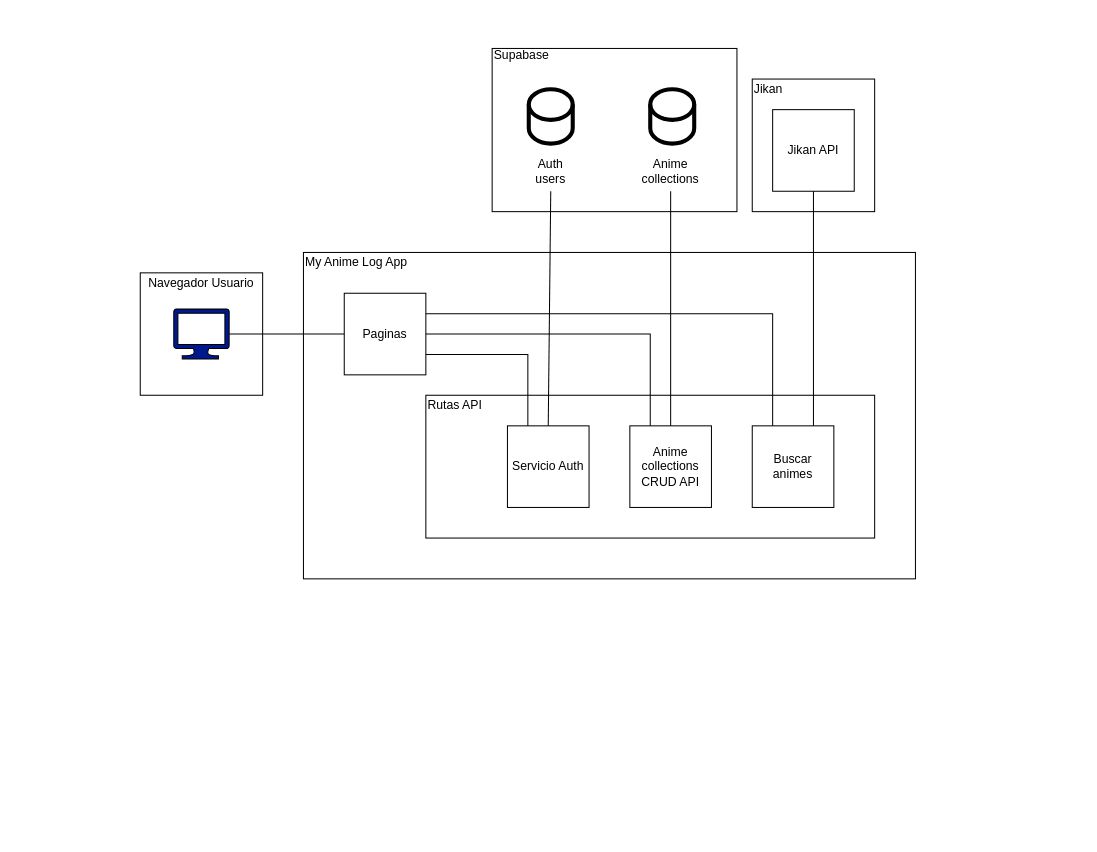
This is docs/architecture diagram/Architecture diagram.drawio from avtr-inanca/APLICACION-WEB-SPA-NEXTJS, a draw.io file, before an edit. Source tidied: cells renumbered, new cells numbered last; positions are measured from the earlier drawing's top-left corner, leaving out a move shared by most shapes. Both pictures are drawn from the tidied source at 102%, with x=0, y=0 at pixel (140, 48).
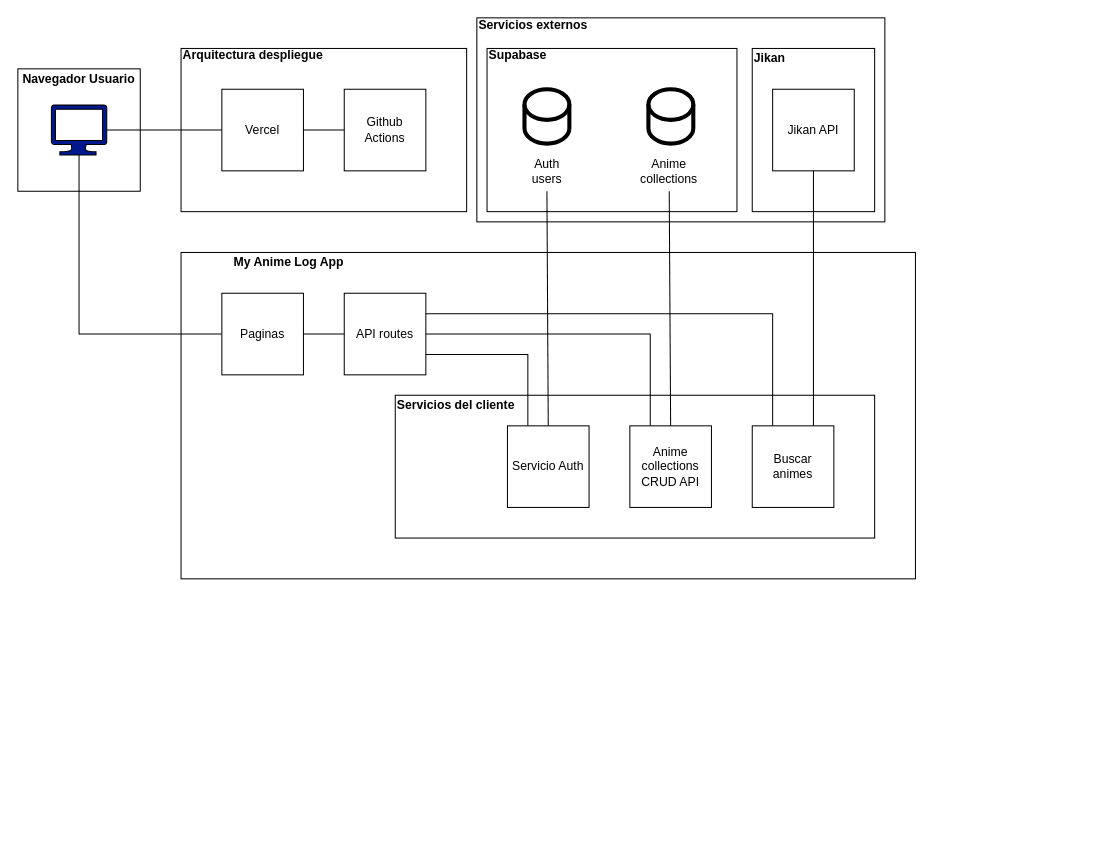
After the change.

Commit message (it also covers changes not shown here):
architecture diagram updated

Unchanged cells that the change refers to:
```xml
<mxCell id="14" style="sketch=0;shadow=0;dashed=0;html=1;strokeColor=default;labelPosition=center;verticalLabelPosition=bottom;verticalAlign=top;align=center;fillColor=light-dark(#00188D,#FFFFFF);shape=mxgraph.azure.computer;strokeWidth=1;" parent="11" vertex="1">
  <mxGeometry x="32.8" y="35.5" width="54.4" height="48.9" as="geometry" />
</mxCell>
<mxCell id="15" style="group;fillColor=none;" parent="1" vertex="1">
  <mxGeometry x="160" y="200" width="610" height="570" as="geometry" />
</mxCell>
```

Diff of the diagram source:
```diff
@@
+    <mxCell id="36" style="rounded=0;whiteSpace=wrap;html=1;fillColor=light-dark(#FFFFFF,#003366);" parent="1" vertex="1">
+      <mxGeometry x="330" y="-30" width="400" height="200" as="geometry" />
+    </mxCell>
-    <mxCell id="2" style="group;fillColor=default;" parent="1" vertex="1">
-      <mxGeometry x="345" width="240" height="160" as="geometry" />
+    <mxCell id="2" style="group;fillColor=light-dark(#FFFFFF,#331166);" parent="1" vertex="1">
+      <mxGeometry x="340" width="245" height="160" as="geometry" />
     </mxCell>
-    <mxCell id="3" style="rounded=0;whiteSpace=wrap;html=1;fillColor=light-dark(#FFFFFF,#003366);" parent="2" vertex="1">
-      <mxGeometry width="240" height="160" as="geometry" />
+    <mxCell id="3" style="rounded=0;whiteSpace=wrap;html=1;fillColor=light-dark(#FFFFFF,#331166);" parent="2" vertex="1">
+      <mxGeometry width="245" height="160" as="geometry" />
     </mxCell>
-    <mxCell id="4" value="Supabase" style="text;html=1;whiteSpace=wrap;strokeColor=none;fillColor=none;align=left;verticalAlign=middle;rounded=0;" parent="2" vertex="1">
-      <mxGeometry width="230" height="13.3" as="geometry" />
+    <mxCell id="4" value="Supabase" style="text;html=1;whiteSpace=wrap;strokeColor=none;fillColor=none;align=left;verticalAlign=middle;rounded=0;fontStyle=1;" parent="2" vertex="1">
+      <mxGeometry width="234.8" height="13.3" as="geometry" />
     </mxCell>
     <mxCell id="5" style="group;" parent="2" vertex="1">
-      <mxGeometry x="35.9" y="40" width="43.1" height="100" as="geometry" />
+      <mxGeometry x="36.7" y="40" width="44" height="100" as="geometry" />
     </mxCell>
     <mxCell id="6" style="shape=cylinder3;whiteSpace=wrap;html=1;boundedLbl=1;backgroundOutline=1;size=15;fillColor=none;strokeWidth=4;" parent="5" vertex="1">
-      <mxGeometry width="43.1" height="53.3" as="geometry" />
+      <mxGeometry width="44" height="53.3" as="geometry" />
     </mxCell>
     <mxCell id="7" value="Auth users" style="text;whiteSpace=wrap;html=1;align=center;" parent="5" vertex="1">
-      <mxGeometry y="60" width="43.1" height="40" as="geometry" />
+      <mxGeometry y="60" width="44" height="40" as="geometry" />
     </mxCell>
     <mxCell id="8" style="group;" parent="2" vertex="1">
-      <mxGeometry x="155" y="40" width="50" height="100" as="geometry" />
+      <mxGeometry x="158.2" y="40" width="51" height="100" as="geometry" />
     </mxCell>
     <mxCell id="9" style="shape=cylinder3;whiteSpace=wrap;html=1;boundedLbl=1;backgroundOutline=1;size=15;fillColor=none;strokeWidth=4;" parent="8" vertex="1">
-      <mxGeometry width="43.1" height="53.3" as="geometry" />
+      <mxGeometry width="44" height="53.3" as="geometry" />
     </mxCell>
     <mxCell id="10" value="Anime collections" style="text;whiteSpace=wrap;html=1;align=center;" parent="8" vertex="1">
-      <mxGeometry x="-10" y="60" width="60" height="40" as="geometry" />
+      <mxGeometry x="-10.2" y="60" width="61.2" height="40" as="geometry" />
     </mxCell>
     <mxCell id="11" style="group;" parent="1" vertex="1">
-      <mxGeometry y="220" width="130" height="120" as="geometry" />
+      <mxGeometry x="-120" y="20" width="130" height="120" as="geometry" />
     </mxCell>
@@
-    <mxCell id="13" value="&lt;div&gt;Navegador Usuario&lt;/div&gt;" style="text;html=1;whiteSpace=wrap;strokeColor=none;fillColor=none;align=center;verticalAlign=middle;rounded=0;" parent="11" vertex="1">
+    <mxCell id="13" value="&lt;div&gt;&lt;b&gt;Navegador Usuario&lt;/b&gt;&lt;/div&gt;" style="text;html=1;whiteSpace=wrap;strokeColor=none;fillColor=none;align=center;verticalAlign=middle;rounded=0;" parent="11" vertex="1">
       <mxGeometry width="120" height="20" as="geometry" />
     </mxCell>
@@
     <mxCell id="16" style="rounded=0;whiteSpace=wrap;html=1;fillStyle=solid;fillColor=light-dark(#FFFFFF,#660000);" parent="15" vertex="1">
-      <mxGeometry width="600" height="320" as="geometry" />
+      <mxGeometry x="-120" width="720" height="320" as="geometry" />
     </mxCell>
-    <mxCell id="17" value="&lt;div align=&quot;left&quot;&gt;My Anime Log App&lt;/div&gt;" style="text;html=1;whiteSpace=wrap;strokeColor=none;fillColor=none;align=left;verticalAlign=middle;rounded=0;" parent="15" vertex="1">
-      <mxGeometry width="320" height="20" as="geometry" />
-    </mxCell>
-    <mxCell id="18" value="Paginas" style="whiteSpace=wrap;html=1;" parent="15" vertex="1">
-      <mxGeometry x="40" y="40" width="80" height="80" as="geometry" />
-    </mxCell>
-    <mxCell id="19" style="group;" parent="15" vertex="1">
-      <mxGeometry x="40" y="130" width="520" height="420" as="geometry" />
-    </mxCell>
+    <mxCell id="37" style="group;" parent="15" vertex="1">
+      <mxGeometry x="-160" y="140" width="720" height="140" as="geometry" />
+    </mxCell>
-    <mxCell id="20" style="rounded=0;whiteSpace=wrap;html=1;fillColor=light-dark(#FFFFFF,#994C00);fillStyle=solid;" parent="19" vertex="1">
-      <mxGeometry x="80" y="10" width="440" height="140" as="geometry" />
+    <mxCell id="20" style="rounded=0;whiteSpace=wrap;html=1;fillColor=light-dark(#FFFFFF,#994C00);fillStyle=solid;" parent="37" vertex="1">
+      <mxGeometry x="250" width="470" height="140" as="geometry" />
     </mxCell>
-    <mxCell id="21" value="Rutas API" style="text;html=1;whiteSpace=wrap;strokeColor=none;fillColor=none;align=left;verticalAlign=middle;rounded=0;" parent="19" vertex="1">
-      <mxGeometry x="80" y="10" width="360" height="20" as="geometry" />
-    </mxCell>
-    <mxCell id="22" value="Servicio Auth" style="whiteSpace=wrap;html=1;" parent="19" vertex="1">
-      <mxGeometry x="160" y="40" width="80" height="80" as="geometry" />
+    <mxCell id="22" value="Servicio Auth" style="whiteSpace=wrap;html=1;" parent="37" vertex="1">
+      <mxGeometry x="360" y="30" width="80" height="80" as="geometry" />
     </mxCell>
-    <mxCell id="23" value="Anime collections&lt;br&gt;CRUD API" style="whiteSpace=wrap;html=1;" parent="19" vertex="1">
-      <mxGeometry x="280" y="40" width="80" height="80" as="geometry" />
+    <mxCell id="23" value="Anime collections&lt;br&gt;CRUD API" style="whiteSpace=wrap;html=1;" parent="37" vertex="1">
+      <mxGeometry x="480" y="30" width="80" height="80" as="geometry" />
     </mxCell>
-    <mxCell id="24" value="Buscar animes" style="whiteSpace=wrap;html=1;" parent="19" vertex="1">
-      <mxGeometry x="400" y="40" width="80" height="80" as="geometry" />
+    <mxCell id="24" value="Buscar animes" style="whiteSpace=wrap;html=1;" parent="37" vertex="1">
+      <mxGeometry x="600" y="30" width="80" height="80" as="geometry" />
     </mxCell>
+    <mxCell id="21" value="&lt;b&gt;Servicios del cliente&lt;/b&gt;" style="text;html=1;whiteSpace=wrap;strokeColor=none;fillColor=none;align=left;verticalAlign=middle;rounded=0;" parent="37" vertex="1">
+      <mxGeometry x="250" width="360" height="20" as="geometry" />
+    </mxCell>
+    <mxCell id="18" value="API routes" style="whiteSpace=wrap;html=1;" parent="15" vertex="1">
+      <mxGeometry x="40" y="40" width="80" height="80" as="geometry" />
+    </mxCell>
@@
-    <mxCell id="27" style="endArrow=none;html=1;rounded=0;entryX=0.25;entryY=0;entryDx=0;entryDy=0;" parent="15" edge="1" target="24">
+    <mxCell id="27" style="endArrow=none;html=1;rounded=0;entryX=0.25;entryY=0;entryDx=0;entryDy=0;exitX=1;exitY=0.25;exitDx=0;exitDy=0;" parent="15" edge="1" source="18" target="24">
       <mxGeometry relative="1" as="geometry">
-        <mxPoint x="120" y="60" as="sourcePoint" />
         <Array as="points">
           <mxPoint x="460" y="60" />
         </Array>
       </mxGeometry>
     </mxCell>
     <mxCell id="28" style="group;" parent="1" vertex="1">
-      <mxGeometry x="600" y="20" width="320" height="240" as="geometry" />
+      <mxGeometry x="600" y="10" width="320" height="240" as="geometry" />
     </mxCell>
-    <mxCell id="29" style="rounded=0;whiteSpace=wrap;html=1;fillColor=light-dark(#FFFFFF,#003366);" parent="28" vertex="1">
-      <mxGeometry y="10" width="120" height="130" as="geometry" />
+    <mxCell id="29" style="rounded=0;whiteSpace=wrap;html=1;fillColor=light-dark(#FFFFFF,#331166);" parent="28" vertex="1">
+      <mxGeometry y="-10" width="120" height="160" as="geometry" />
     </mxCell>
-    <mxCell id="30" value="Jikan" style="text;html=1;whiteSpace=wrap;strokeColor=none;fillColor=none;align=left;verticalAlign=middle;rounded=0;" parent="28" vertex="1">
-      <mxGeometry y="10" width="320" height="20" as="geometry" />
-    </mxCell>
     <mxCell id="31" value="Jikan API" style="whiteSpace=wrap;html=1;" parent="28" vertex="1">
-      <mxGeometry x="20" y="40" width="80" height="80" as="geometry" />
+      <mxGeometry x="20" y="30" width="80" height="80" as="geometry" />
     </mxCell>
-    <mxCell id="32" style="endArrow=none;html=1;rounded=0;entryX=0;entryY=0.5;entryDx=0;entryDy=0;exitX=1;exitY=0.5;exitDx=0;exitDy=0;exitPerimeter=0;" parent="1" edge="1" source="14" target="18">
-      <mxGeometry relative="1" as="geometry" />
+    <mxCell id="32" style="endArrow=none;html=1;rounded=0;entryX=0;entryY=0.5;entryDx=0;entryDy=0;exitX=0.5;exitY=1;exitDx=0;exitDy=0;exitPerimeter=0;" parent="1" edge="1" source="14" target="46">
+      <mxGeometry relative="1" as="geometry">
+        <Array as="points">
+          <mxPoint x="-60" y="280" />
+        </Array>
+      </mxGeometry>
     </mxCell>
@@
+    <mxCell id="38" style="group;fillColor=default;" parent="1" vertex="1">
+      <mxGeometry x="40" width="280" height="160" as="geometry" />
+    </mxCell>
+    <mxCell id="39" style="rounded=0;whiteSpace=wrap;html=1;fillColor=light-dark(#FFFFFF,#535353);" parent="38" vertex="1">
+      <mxGeometry width="280" height="160" as="geometry" />
+    </mxCell>
+    <mxCell id="40" value="Arquitectura despliegue" style="text;html=1;whiteSpace=wrap;strokeColor=none;fillColor=none;align=left;verticalAlign=middle;rounded=0;fontStyle=1;" parent="38" vertex="1">
+      <mxGeometry width="230" height="13.3" as="geometry" />
+    </mxCell>
+    <mxCell id="41" value="Vercel" style="whiteSpace=wrap;html=1;" parent="38" vertex="1">
+      <mxGeometry x="40" y="40" width="80" height="80" as="geometry" />
+    </mxCell>
+    <mxCell id="42" value="&lt;div&gt;Github&lt;/div&gt;&lt;div&gt;Actions&lt;/div&gt;" style="whiteSpace=wrap;html=1;" parent="38" vertex="1">
+      <mxGeometry x="160" y="40" width="80" height="80" as="geometry" />
+    </mxCell>
+    <mxCell id="43" style="endArrow=none;html=1;rounded=0;exitX=0;exitY=0.5;exitDx=0;exitDy=0;entryX=1;entryY=0.5;entryDx=0;entryDy=0;" parent="38" edge="1" source="42" target="41">
+      <mxGeometry relative="1" as="geometry" />
+    </mxCell>
+    <mxCell id="44" style="endArrow=none;html=1;rounded=0;exitX=1;exitY=0.5;exitDx=0;exitDy=0;exitPerimeter=0;entryX=0;entryY=0.5;entryDx=0;entryDy=0;" parent="1" edge="1" source="14" target="41">
+      <mxGeometry relative="1" as="geometry" />
+    </mxCell>
+    <mxCell id="45" value="Servicios externos" style="text;html=1;whiteSpace=wrap;strokeColor=none;fillColor=none;align=left;verticalAlign=middle;rounded=0;fontStyle=1;" parent="1" vertex="1">
+      <mxGeometry x="330" y="-30" width="234.8" height="13.3" as="geometry" />
+    </mxCell>
+    <mxCell id="30" value="&lt;b&gt;Jikan&lt;/b&gt;" style="text;html=1;whiteSpace=wrap;strokeColor=none;fillColor=none;align=left;verticalAlign=middle;rounded=0;" parent="1" vertex="1">
+      <mxGeometry x="600" width="320" height="20" as="geometry" />
+    </mxCell>
+    <mxCell id="17" value="&lt;div align=&quot;left&quot;&gt;&lt;b&gt;My Anime Log App&lt;/b&gt;&lt;/div&gt;" style="text;html=1;whiteSpace=wrap;strokeColor=none;fillColor=none;align=left;verticalAlign=middle;rounded=0;" parent="1" vertex="1">
+      <mxGeometry x="90" y="200" width="320" height="20" as="geometry" />
+    </mxCell>
+    <mxCell id="46" value="Paginas" style="whiteSpace=wrap;html=1;" parent="1" vertex="1">
+      <mxGeometry x="80" y="240" width="80" height="80" as="geometry" />
+    </mxCell>
+    <mxCell id="47" style="edgeStyle=orthogonalEdgeStyle;rounded=0;jettySize=auto;html=1;endArrow=none;endFill=0;" parent="1" edge="1" source="46" target="18">
+      <mxGeometry relative="1" as="geometry" />
+    </mxCell>
```
